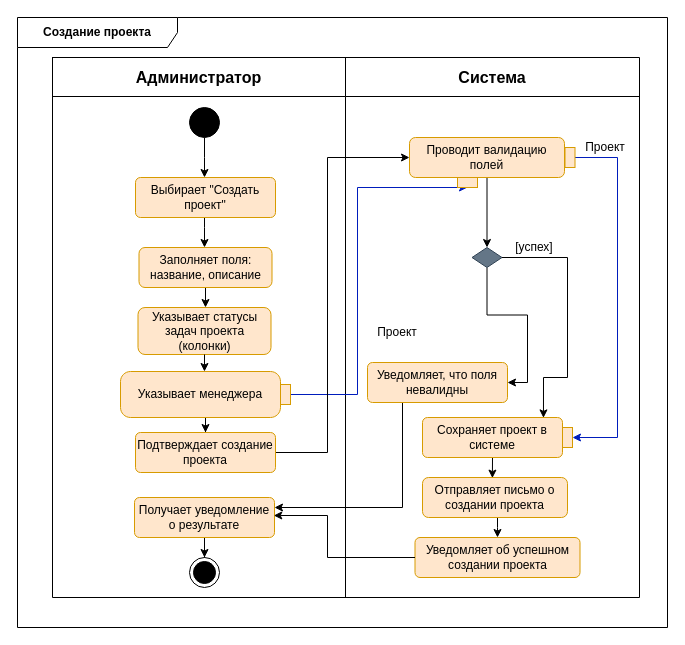
Earlier version of the draw.io diagram docs/raw_diagrams/create_project.drawio (aVorotnikov/thunder_board). Source tidied: cells renumbered, new cells numbered last; positions are measured from the earlier drawing's top-left corner, leaving out a move shared by most shapes. Both pictures are drawn from the tidied source at 100%, with x=0, y=0 at pixel (17, 17).
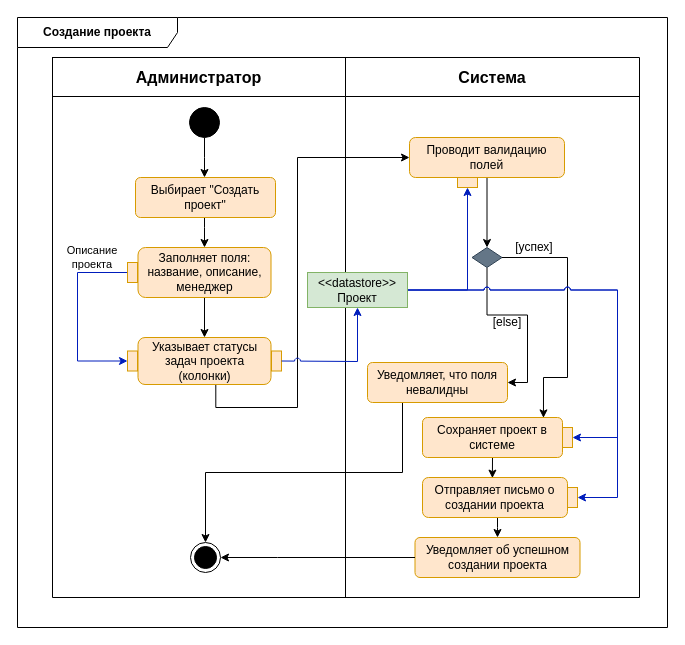
After the change.

Unchanged cells that the change refers to:
```xml
<mxCell id="2" value="&lt;b&gt;Создание проекта&lt;br&gt;&lt;/b&gt;" style="shape=umlFrame;whiteSpace=wrap;html=1;width=160;" parent="1" vertex="1">
  <mxGeometry width="650" height="610" as="geometry" />
</mxCell>
<mxCell id="16" value="Проводит валидацию полей " style="rounded=1;whiteSpace=wrap;html=1;fillColor=#ffe6cc;strokeColor=#d79b00;" parent="2" vertex="1">
  <mxGeometry x="392" y="120" width="155" height="40" as="geometry" />
</mxCell>
<mxCell id="19" style="rhombus;whiteSpace=wrap;html=1;fillColor=#647687;fontColor=#ffffff;strokeColor=#314354;" parent="2" vertex="1">
  <mxGeometry x="454.5" y="230" width="30" height="20" as="geometry" />
</mxCell>
<mxCell id="24" style="rounded=0;whiteSpace=wrap;html=1;fillColor=#ffe6cc;strokeColor=#d79b00;" parent="2" vertex="1">
  <mxGeometry x="440" y="160" width="20" height="10" as="geometry" />
</mxCell>
<mxCell id="38" value="Уведомляет, что поля невалидны" style="html=1;align=center;verticalAlign=middle;rounded=1;absoluteArcSize=1;arcSize=10;dashed=0;whiteSpace=wrap;fillColor=#ffe6cc;strokeColor=#d79b00;" parent="2" vertex="1">
  <mxGeometry x="350" y="345" width="140" height="40" as="geometry" />
</mxCell>
<mxCell id="39" value="Сохраняет проект в системе" style="html=1;align=center;verticalAlign=middle;rounded=1;absoluteArcSize=1;arcSize=10;dashed=0;whiteSpace=wrap;fillColor=#ffe6cc;strokeColor=#d79b00;" parent="2" vertex="1">
  <mxGeometry x="405" y="400" width="140" height="40" as="geometry" />
</mxCell>
<mxCell id="40" value="Уведомляет об успешном создании проекта" style="html=1;align=center;verticalAlign=middle;rounded=1;absoluteArcSize=1;arcSize=10;dashed=0;whiteSpace=wrap;fillColor=#ffe6cc;strokeColor=#d79b00;" parent="2" vertex="1">
  <mxGeometry x="397.5" y="520" width="165" height="40" as="geometry" />
</mxCell>
<mxCell id="42" style="rounded=0;whiteSpace=wrap;html=1;fillColor=#ffe6cc;strokeColor=#d79b00;rotation=90;" parent="2" vertex="1">
  <mxGeometry x="540" y="415" width="20" height="10" as="geometry" />
</mxCell>
```

Diff of the diagram source:
```diff
@@
     <mxCell id="12" style="ellipse;html=1;shape=endState;fillColor=strokeColor;" parent="2" vertex="1">
-      <mxGeometry x="172" y="540" width="30" height="30" as="geometry" />
+      <mxGeometry x="173" y="525" width="30" height="30" as="geometry" />
     </mxCell>
@@
-    <mxCell id="14" style="edgeStyle=orthogonalEdgeStyle;rounded=0;jettySize=auto;html=1;exitX=0.5;exitY=1;exitDx=0;exitDy=0;" parent="2" edge="1" source="43">
-      <mxGeometry relative="1" as="geometry">
-        <mxPoint x="188" y="290" as="targetPoint" />
-      </mxGeometry>
-    </mxCell>
@@
-    <mxCell id="18" style="edgeStyle=orthogonalEdgeStyle;rounded=0;jettySize=auto;html=1;entryX=0.864;entryY=0.01;entryDx=0;entryDy=0;entryPerimeter=0;" parent="2" edge="1" source="19" target="39">
+    <mxCell id="18" style="edgeStyle=orthogonalEdgeStyle;rounded=0;jettySize=auto;html=1;entryX=0.864;entryY=0.01;entryDx=0;entryDy=0;entryPerimeter=0;jumpStyle=arc;" parent="2" edge="1" source="19" target="39">
       <mxGeometry relative="1" as="geometry">
         <Array as="points">
           <mxPoint x="550" y="240" />
           <mxPoint x="550" y="360" />
           <mxPoint x="526" y="360" />
         </Array>
       </mxGeometry>
     </mxCell>
@@
-    <mxCell id="21" style="edgeStyle=orthogonalEdgeStyle;rounded=0;jettySize=auto;html=1;entryX=0.5;entryY=1;entryDx=0;entryDy=0;fillColor=#0050ef;strokeColor=#001DBC;" parent="2" edge="1" source="23" target="24">
-      <mxGeometry relative="1" as="geometry">
-        <Array as="points">
-          <mxPoint x="340" y="377" />
-          <mxPoint x="340" y="170" />
-        </Array>
-      </mxGeometry>
-    </mxCell>
-    <mxCell id="22" style="edgeStyle=orthogonalEdgeStyle;rounded=0;jettySize=auto;html=1;entryX=0.5;entryY=0;entryDx=0;entryDy=0;" parent="2" edge="1" source="23" target="35">
-      <mxGeometry relative="1" as="geometry" />
-    </mxCell>
-    <mxCell id="23" value="Указывает менеджера" style="shape=mxgraph.uml25.action;html=1;align=center;verticalAlign=middle;absoluteArcSize=1;arcSize=10;dashed=0;spacingRight=10;whiteSpace=wrap;fillColor=#ffe6cc;strokeColor=#d79b00;" parent="2" vertex="1">
-      <mxGeometry x="103" y="354" width="170" height="46" as="geometry" />
-    </mxCell>
@@
-    <mxCell id="25" value="Проект" style="text;html=1;strokeColor=none;fillColor=none;align=center;verticalAlign=middle;whiteSpace=wrap;rounded=0;" parent="2" vertex="1">
-      <mxGeometry x="350" y="300" width="60" height="30" as="geometry" />
-    </mxCell>
-    <mxCell id="26" value="Проект" style="text;html=1;strokeColor=none;fillColor=none;align=center;verticalAlign=middle;whiteSpace=wrap;rounded=0;" parent="2" vertex="1">
-      <mxGeometry x="557.5" y="115" width="60" height="30" as="geometry" />
-    </mxCell>
@@
-    <mxCell id="28" style="edgeStyle=orthogonalEdgeStyle;rounded=0;jettySize=auto;html=1;entryX=0.5;entryY=0;entryDx=0;entryDy=0;" parent="2" edge="1" source="36" target="12">
-      <mxGeometry relative="1" as="geometry" />
-    </mxCell>
@@
-    <mxCell id="32" style="edgeStyle=orthogonalEdgeStyle;rounded=0;jettySize=auto;html=1;entryX=0.5;entryY=0;entryDx=0;entryDy=0;fillColor=#0050ef;strokeColor=#001DBC;" parent="2" edge="1" source="33" target="42">
-      <mxGeometry relative="1" as="geometry">
-        <Array as="points">
-          <mxPoint x="600" y="140" />
-          <mxPoint x="600" y="420" />
-        </Array>
-      </mxGeometry>
-    </mxCell>
-    <mxCell id="33" style="rounded=0;whiteSpace=wrap;html=1;fillColor=#ffe6cc;strokeColor=#d79b00;rotation=90;" parent="2" vertex="1">
-      <mxGeometry x="542.5" y="135" width="20" height="10" as="geometry" />
-    </mxCell>
-    <mxCell id="34" style="edgeStyle=orthogonalEdgeStyle;rounded=0;jettySize=auto;html=1;entryX=0;entryY=0.5;entryDx=0;entryDy=0;exitX=1;exitY=0.5;exitDx=0;exitDy=0;" parent="2" edge="1" source="35" target="16">
+    <mxCell id="34" style="edgeStyle=orthogonalEdgeStyle;rounded=0;jettySize=auto;html=1;entryX=0;entryY=0.5;entryDx=0;entryDy=0;exitX=0.585;exitY=0.968;exitDx=0;exitDy=0;exitPerimeter=0;jumpStyle=none;" parent="2" edge="1" source="45" target="16">
       <mxGeometry relative="1" as="geometry">
         <Array as="points">
-          <mxPoint x="310" y="435" />
-          <mxPoint x="310" y="140" />
+          <mxPoint x="198" y="390" />
+          <mxPoint x="280" y="390" />
+          <mxPoint x="280" y="140" />
         </Array>
       </mxGeometry>
     </mxCell>
-    <mxCell id="35" value="Подтверждает создание проекта" style="html=1;align=center;verticalAlign=middle;rounded=1;absoluteArcSize=1;arcSize=10;dashed=0;whiteSpace=wrap;fillColor=#ffe6cc;strokeColor=#d79b00;" parent="2" vertex="1">
-      <mxGeometry x="118" y="415" width="140" height="40" as="geometry" />
-    </mxCell>
-    <mxCell id="36" value="Получает уведомление о результате" style="html=1;align=center;verticalAlign=middle;rounded=1;absoluteArcSize=1;arcSize=10;dashed=0;whiteSpace=wrap;fillColor=#ffe6cc;strokeColor=#d79b00;" parent="2" vertex="1">
-      <mxGeometry x="117" y="480" width="140" height="40" as="geometry" />
-    </mxCell>
-    <mxCell id="37" style="edgeStyle=orthogonalEdgeStyle;rounded=0;jettySize=auto;html=1;exitX=0.25;exitY=1;exitDx=0;exitDy=0;entryX=1;entryY=0.25;entryDx=0;entryDy=0;" parent="2" edge="1" source="38" target="36">
+    <mxCell id="37" style="edgeStyle=orthogonalEdgeStyle;rounded=0;jettySize=auto;html=1;exitX=0.25;exitY=1;exitDx=0;exitDy=0;entryX=0.5;entryY=0;entryDx=0;entryDy=0;" parent="2" edge="1" source="38" target="12">
       <mxGeometry relative="1" as="geometry" />
     </mxCell>
@@
-    <mxCell id="41" style="edgeStyle=orthogonalEdgeStyle;rounded=0;jettySize=auto;html=1;entryX=0.995;entryY=0.45;entryDx=0;entryDy=0;entryPerimeter=0;" parent="2" edge="1" source="40" target="36">
+    <mxCell id="41" style="edgeStyle=orthogonalEdgeStyle;rounded=0;jettySize=auto;html=1;entryX=1;entryY=0.5;entryDx=0;entryDy=0;" parent="2" edge="1" source="40" target="12">
       <mxGeometry relative="1" as="geometry">
         <Array as="points">
-          <mxPoint x="310" y="540" />
-          <mxPoint x="310" y="498" />
+          <mxPoint x="260" y="540" />
+          <mxPoint x="260" y="540" />
         </Array>
       </mxGeometry>
     </mxCell>
@@
+    <mxCell id="47" style="edgeStyle=orthogonalEdgeStyle;rounded=0;jettySize=auto;html=1;entryX=0.5;entryY=0;entryDx=0;entryDy=0;" parent="2" edge="1" source="43" target="45">
+      <mxGeometry relative="1" as="geometry" />
+    </mxCell>
-    <mxCell id="43" value="Заполняет поля: название, описание" style="rounded=1;whiteSpace=wrap;html=1;fillColor=#ffe6cc;strokeColor=#d79b00;" parent="2" vertex="1">
-      <mxGeometry x="121.5" y="230" width="133" height="40" as="geometry" />
+    <mxCell id="43" value="Заполняет поля: название, описание, менеджер" style="rounded=1;whiteSpace=wrap;html=1;fillColor=#ffe6cc;strokeColor=#d79b00;" parent="2" vertex="1">
+      <mxGeometry x="120.5" y="230" width="133" height="50" as="geometry" />
     </mxCell>
@@
     <mxCell id="45" value="Указывает статусы задач проекта (колонки)" style="rounded=1;whiteSpace=wrap;html=1;fillColor=#ffe6cc;strokeColor=#d79b00;" parent="2" vertex="1">
-      <mxGeometry x="120.5" y="290" width="133" height="47" as="geometry" />
+      <mxGeometry x="120.5" y="320" width="133" height="47" as="geometry" />
     </mxCell>
-    <mxCell id="46" style="edgeStyle=orthogonalEdgeStyle;rounded=0;jettySize=auto;html=1;exitX=0.5;exitY=1;exitDx=0;exitDy=0;entryX=0.494;entryY=0;entryDx=0;entryDy=0;entryPerimeter=0;" parent="2" edge="1" source="45" target="23">
-      <mxGeometry relative="1" as="geometry" />
-    </mxCell>
+    <mxCell id="48" style="rounded=0;whiteSpace=wrap;html=1;rotation=90;fillColor=#ffe6cc;strokeColor=#d79b00;" parent="2" vertex="1">
+      <mxGeometry x="249" y="338.5" width="20" height="10" as="geometry" />
+    </mxCell>
+    <mxCell id="49" style="edgeStyle=orthogonalEdgeStyle;rounded=0;jettySize=auto;html=1;entryX=0.5;entryY=1;entryDx=0;entryDy=0;fillColor=#0050ef;strokeColor=#001DBC;" parent="2" edge="1" source="52" target="24">
+      <mxGeometry relative="1" as="geometry" />
+    </mxCell>
+    <mxCell id="50" style="edgeStyle=orthogonalEdgeStyle;rounded=0;jettySize=auto;html=1;entryX=0.5;entryY=0;entryDx=0;entryDy=0;fillColor=#0050ef;strokeColor=#001DBC;jumpStyle=arc;" parent="2" edge="1" source="52" target="42">
+      <mxGeometry relative="1" as="geometry">
+        <Array as="points">
+          <mxPoint x="600" y="273" />
+          <mxPoint x="600" y="420" />
+        </Array>
+      </mxGeometry>
+    </mxCell>
+    <mxCell id="51" style="edgeStyle=orthogonalEdgeStyle;rounded=0;jettySize=auto;html=1;entryX=0.5;entryY=0;entryDx=0;entryDy=0;fillColor=#0050ef;strokeColor=#001DBC;jumpStyle=arc;" parent="2" edge="1" source="52" target="54">
+      <mxGeometry relative="1" as="geometry">
+        <Array as="points">
+          <mxPoint x="600" y="273" />
+          <mxPoint x="600" y="480" />
+        </Array>
+      </mxGeometry>
+    </mxCell>
+    <mxCell id="52" value="&lt;div&gt;&amp;lt;&amp;lt;datastore&amp;gt;&amp;gt;&lt;/div&gt;&lt;div&gt;Проект&lt;br&gt;&lt;/div&gt;" style="rounded=0;whiteSpace=wrap;html=1;fillColor=#d5e8d4;strokeColor=#82b366;" parent="2" vertex="1">
+      <mxGeometry x="290" y="255" width="100" height="35" as="geometry" />
+    </mxCell>
+    <mxCell id="53" style="endArrow=classic;html=1;rounded=0;entryX=0.5;entryY=1;entryDx=0;entryDy=0;exitX=0.5;exitY=0;exitDx=0;exitDy=0;fillColor=#0050ef;strokeColor=#001DBC;jumpStyle=arc;" parent="2" edge="1" source="48" target="52">
+      <mxGeometry relative="1" as="geometry">
+        <Array as="points">
+          <mxPoint x="340" y="344" />
+        </Array>
+      </mxGeometry>
+    </mxCell>
+    <mxCell id="54" style="rounded=0;whiteSpace=wrap;html=1;fillColor=#ffe6cc;strokeColor=#d79b00;rotation=90;" parent="2" vertex="1">
+      <mxGeometry x="545" y="475" width="20" height="10" as="geometry" />
+    </mxCell>
+    <mxCell id="55" value="[else]" style="text;html=1;strokeColor=none;fillColor=none;align=center;verticalAlign=middle;whiteSpace=wrap;rounded=0;" parent="2" vertex="1">
+      <mxGeometry x="460" y="290" width="60" height="30" as="geometry" />
+    </mxCell>
+    <mxCell id="56" style="edgeStyle=orthogonalEdgeStyle;rounded=0;jettySize=auto;html=1;entryX=0.5;entryY=1;entryDx=0;entryDy=0;fillColor=#0050ef;strokeColor=#001DBC;" parent="2" edge="1" source="57" target="58">
+      <mxGeometry relative="1" as="geometry">
+        <Array as="points">
+          <mxPoint x="60" y="255" />
+          <mxPoint x="60" y="344" />
+          <mxPoint x="110" y="344" />
+        </Array>
+      </mxGeometry>
+    </mxCell>
+    <mxCell id="57" style="rounded=0;whiteSpace=wrap;html=1;rotation=90;fillColor=#ffe6cc;strokeColor=#d79b00;" parent="2" vertex="1">
+      <mxGeometry x="105" y="250" width="20" height="10" as="geometry" />
+    </mxCell>
+    <mxCell id="58" style="rounded=0;whiteSpace=wrap;html=1;rotation=90;fillColor=#ffe6cc;strokeColor=#d79b00;" parent="2" vertex="1">
+      <mxGeometry x="105" y="338.5" width="20" height="10" as="geometry" />
+    </mxCell>
+    <mxCell id="59" value="&lt;div style=&quot;font-size: 11px;&quot;&gt;&lt;font style=&quot;font-size: 11px;&quot;&gt;Описание&lt;/font&gt;&lt;/div&gt;&lt;div style=&quot;font-size: 11px;&quot;&gt;&lt;font style=&quot;font-size: 11px;&quot;&gt;проекта&lt;font style=&quot;font-size: 11px;&quot;&gt;&lt;br&gt;&lt;/font&gt;&lt;/font&gt;&lt;/div&gt;" style="text;html=1;strokeColor=none;fillColor=none;align=center;verticalAlign=middle;whiteSpace=wrap;rounded=0;" parent="2" vertex="1">
+      <mxGeometry x="45" y="225" width="60" height="30" as="geometry" />
+    </mxCell>
```
